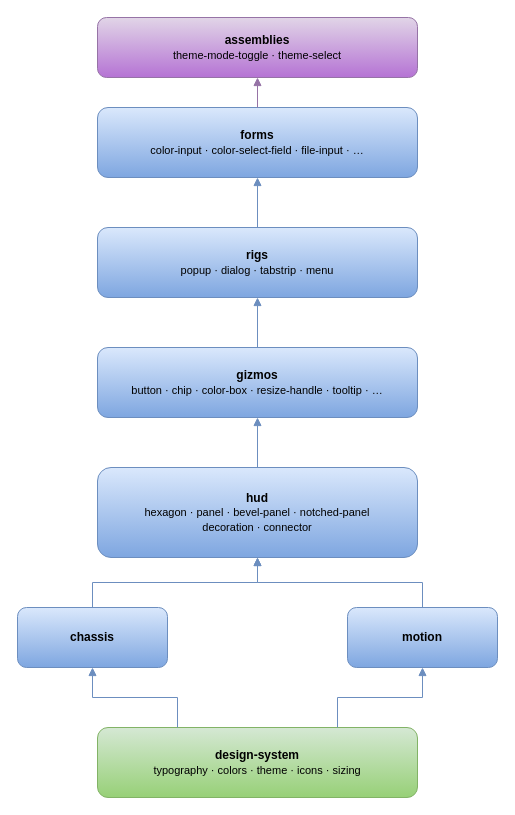
Earlier version of the draw.io diagram docs/assets/ui-architecture.drawio (the-dead-planet/nav-gauge). Source tidied: cells renumbered, new cells numbered last; positions are measured from the earlier drawing's top-left corner, leaving out a move shared by most shapes. Both pictures are drawn from the tidied source at 100%, with x=0, y=0 at pixel (17, 17).
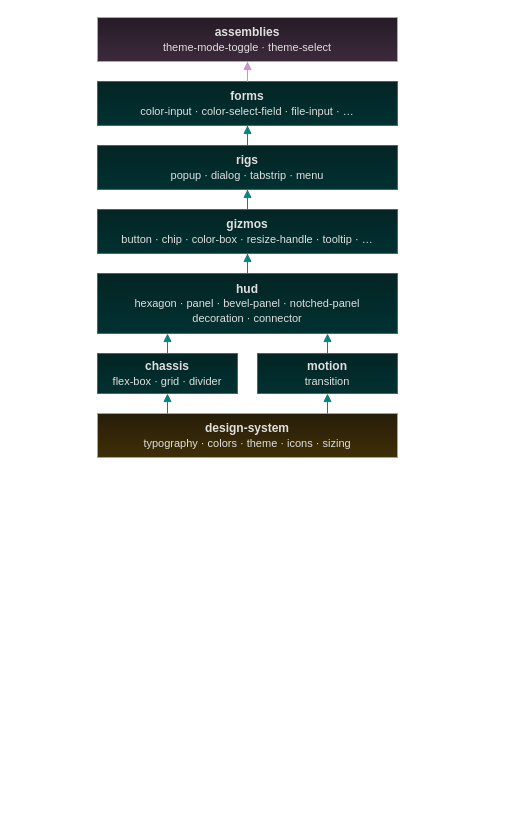
The same page after the edit.

Change to the diagram source:
```diff
@@
 <mxGraphModel>
   <root>
     <mxCell id="0" />
     <mxCell id="1" parent="0" />
-    <mxCell id="2" value="&lt;b&gt;assemblies&lt;/b&gt;&lt;br&gt;&lt;font style=&quot;font-size: 11px;&quot;&gt;theme-mode-toggle · theme-select&lt;/font&gt;" style="rounded=1;whiteSpace=wrap;html=1;fillColor=#e1d5e7;strokeColor=#9673a6;gradientColor=#b573d4;" parent="1" vertex="1">
-      <mxGeometry x="80" width="320" height="60" as="geometry" />
+    <mxCell id="2" value="&lt;b&gt;assemblies&lt;/b&gt;&lt;br&gt;&lt;font style=&quot;font-size: 11px;&quot;&gt;theme-mode-toggle · theme-select&lt;/font&gt;" style="rounded=0;whiteSpace=wrap;html=1;fillColor=#261b26;strokeColor=#cd91cd;gradientColor=#3c2a3c;fontColor=#e0e0e0;fontFamily=Space Grotesk;" parent="1" vertex="1">
+      <mxGeometry x="80" width="300" height="44" as="geometry" />
     </mxCell>
-    <mxCell id="3" value="&lt;b&gt;forms&lt;/b&gt;&lt;br&gt;&lt;font style=&quot;font-size: 11px;&quot;&gt;color-input · color-select-field · file-input · …&lt;/font&gt;" style="rounded=1;whiteSpace=wrap;html=1;fillColor=#dae8fc;strokeColor=#6c8ebf;gradientColor=#7ea6e0;" parent="1" vertex="1">
-      <mxGeometry x="80" y="90" width="320" height="70" as="geometry" />
+    <mxCell id="3" value="&lt;b&gt;forms&lt;/b&gt;&lt;br&gt;&lt;font style=&quot;font-size: 11px;&quot;&gt;color-input · color-select-field · file-input · …&lt;/font&gt;" style="rounded=0;whiteSpace=wrap;html=1;fillColor=#042424;strokeColor=#0e807f;gradientColor=#013131;fontColor=#e0e0e0;fontFamily=Space Grotesk;" parent="1" vertex="1">
+      <mxGeometry x="80" y="64" width="300" height="44" as="geometry" />
     </mxCell>
-    <mxCell id="4" value="&lt;b&gt;rigs&lt;/b&gt;&lt;br&gt;&lt;font style=&quot;font-size: 11px;&quot;&gt;popup · dialog · tabstrip · menu&lt;/font&gt;" style="rounded=1;whiteSpace=wrap;html=1;fillColor=#dae8fc;strokeColor=#6c8ebf;gradientColor=#7ea6e0;" parent="1" vertex="1">
-      <mxGeometry x="80" y="210" width="320" height="70" as="geometry" />
+    <mxCell id="4" value="&lt;b&gt;rigs&lt;/b&gt;&lt;br&gt;&lt;font style=&quot;font-size: 11px;&quot;&gt;popup · dialog · tabstrip · menu&lt;/font&gt;" style="rounded=0;whiteSpace=wrap;html=1;fillColor=#042424;strokeColor=#0e807f;gradientColor=#013131;fontColor=#e0e0e0;fontFamily=Space Grotesk;" parent="1" vertex="1">
+      <mxGeometry x="80" y="128" width="300" height="44" as="geometry" />
     </mxCell>
-    <mxCell id="5" value="&lt;b&gt;gizmos&lt;/b&gt;&lt;br&gt;&lt;font style=&quot;font-size: 11px;&quot;&gt;button · chip · color-box · resize-handle · tooltip · …&lt;/font&gt;" style="rounded=1;whiteSpace=wrap;html=1;fillColor=#dae8fc;strokeColor=#6c8ebf;gradientColor=#7ea6e0;" parent="1" vertex="1">
-      <mxGeometry x="80" y="330" width="320" height="70" as="geometry" />
+    <mxCell id="5" value="&lt;b&gt;gizmos&lt;/b&gt;&lt;br&gt;&lt;font style=&quot;font-size: 11px;&quot;&gt;button · chip · color-box · resize-handle · tooltip · …&lt;/font&gt;" style="rounded=0;whiteSpace=wrap;html=1;fillColor=#042424;strokeColor=#0e807f;gradientColor=#013131;fontColor=#e0e0e0;fontFamily=Space Grotesk;" parent="1" vertex="1">
+      <mxGeometry x="80" y="192" width="300" height="44" as="geometry" />
     </mxCell>
-    <mxCell id="6" value="&lt;b&gt;hud&lt;/b&gt;&lt;br&gt;&lt;font style=&quot;font-size: 11px;&quot;&gt;hexagon · panel · bevel-panel · notched-panel&lt;br&gt;decoration · connector&lt;/font&gt;" style="rounded=1;whiteSpace=wrap;html=1;fillColor=#dae8fc;strokeColor=#6c8ebf;gradientColor=#7ea6e0;" parent="1" vertex="1">
-      <mxGeometry x="80" y="450" width="320" height="90" as="geometry" />
+    <mxCell id="6" value="&lt;b&gt;hud&lt;/b&gt;&lt;br&gt;&lt;font style=&quot;font-size: 11px;&quot;&gt;hexagon · panel · bevel-panel · notched-panel&lt;br&gt;decoration · connector&lt;/font&gt;" style="rounded=0;whiteSpace=wrap;html=1;fillColor=#042424;strokeColor=#0e807f;gradientColor=#013131;fontColor=#e0e0e0;fontFamily=Space Grotesk;" parent="1" vertex="1">
+      <mxGeometry x="80" y="256" width="300" height="60" as="geometry" />
     </mxCell>
-    <mxCell id="7" value="&lt;b&gt;chassis&lt;/b&gt;" style="rounded=1;whiteSpace=wrap;html=1;fillColor=#dae8fc;strokeColor=#6c8ebf;gradientColor=#7ea6e0;" parent="1" vertex="1">
-      <mxGeometry y="590" width="150" height="60" as="geometry" />
+    <mxCell id="7" value="&lt;b&gt;chassis&lt;/b&gt;&lt;br&gt;&lt;font style=&quot;font-size: 11px;&quot;&gt;flex-box · grid · divider&lt;/font&gt;" style="rounded=0;whiteSpace=wrap;html=1;fillColor=#042424;strokeColor=#0e807f;gradientColor=#013131;fontColor=#e0e0e0;fontFamily=Space Grotesk;" parent="1" vertex="1">
+      <mxGeometry x="80" y="336" width="140" height="40" as="geometry" />
     </mxCell>
-    <mxCell id="8" value="&lt;b&gt;motion&lt;/b&gt;" style="rounded=1;whiteSpace=wrap;html=1;fillColor=#dae8fc;strokeColor=#6c8ebf;gradientColor=#7ea6e0;" parent="1" vertex="1">
-      <mxGeometry x="330" y="590" width="150" height="60" as="geometry" />
+    <mxCell id="8" value="&lt;b&gt;motion&lt;/b&gt;&lt;br&gt;&lt;font style=&quot;font-size: 11px;&quot;&gt;transition&lt;/font&gt;" style="rounded=0;whiteSpace=wrap;html=1;fillColor=#042424;strokeColor=#0e807f;gradientColor=#013131;fontColor=#e0e0e0;fontFamily=Space Grotesk;" parent="1" vertex="1">
+      <mxGeometry x="240" y="336" width="140" height="40" as="geometry" />
     </mxCell>
-    <mxCell id="9" value="&lt;b&gt;design-system&lt;/b&gt;&lt;br&gt;&lt;font style=&quot;font-size: 11px;&quot;&gt;typography · colors · theme · icons · sizing&lt;/font&gt;" style="rounded=1;whiteSpace=wrap;html=1;fillColor=#d5e8d4;strokeColor=#82b366;gradientColor=#97d077;" parent="1" vertex="1">
-      <mxGeometry x="80" y="710" width="320" height="70" as="geometry" />
+    <mxCell id="9" value="&lt;b&gt;design-system&lt;/b&gt;&lt;br&gt;&lt;font style=&quot;font-size: 11px;&quot;&gt;typography · colors · theme · icons · sizing&lt;/font&gt;" style="rounded=0;whiteSpace=wrap;html=1;fillColor=#271d09;strokeColor=#dca600;gradientColor=#3f2f07;fontColor=#e0e0e0;fontFamily=Space Grotesk;" parent="1" vertex="1">
+      <mxGeometry x="80" y="396" width="300" height="44" as="geometry" />
     </mxCell>
-    <mxCell id="10" style="edgeStyle=orthogonalEdgeStyle;rounded=0;jettySize=auto;html=1;endArrow=block;strokeColor=#6c8ebf;" parent="1" edge="1" source="9">
+    <mxCell id="10" style="edgeStyle=orthogonalEdgeStyle;rounded=0;jettySize=auto;html=1;endArrow=block;strokeColor=#0e807f;" parent="1" edge="1" source="9">
       <mxGeometry relative="1" as="geometry" />
     </mxCell>
-    <mxCell id="11" style="edgeStyle=orthogonalEdgeStyle;rounded=0;jettySize=auto;html=1;endArrow=block;strokeColor=#6c8ebf;exitX=0.75;exitY=0;exitDx=0;exitDy=0;" parent="1" edge="1" source="9" target="8">
+    <mxCell id="11" style="edgeStyle=none;rounded=0;html=1;endArrow=block;strokeColor=#0e807f;exitX=0.7666666666666667;exitY=0;exitDx=0;exitDy=0;entryX=0.5;entryY=1;entryDx=0;entryDy=0;" parent="1" edge="1" source="9" target="8">
       <mxGeometry x="-0.54" relative="1" as="geometry" />
     </mxCell>
-    <mxCell id="12" style="edgeStyle=orthogonalEdgeStyle;rounded=0;jettySize=auto;html=1;endArrow=block;strokeColor=#6c8ebf;exitX=0.25;exitY=0;exitDx=0;exitDy=0;entryX=0.5;entryY=1;entryDx=0;entryDy=0;" parent="1" edge="1" source="9" target="7">
+    <mxCell id="12" style="edgeStyle=none;rounded=0;html=1;endArrow=block;strokeColor=#0e807f;exitX=0.2333333333333333;exitY=0;exitDx=0;exitDy=0;entryX=0.5;entryY=1;entryDx=0;entryDy=0;" parent="1" edge="1" source="9" target="7">
       <mxGeometry relative="1" as="geometry" />
     </mxCell>
-    <mxCell id="13" style="edgeStyle=orthogonalEdgeStyle;rounded=0;jettySize=auto;html=1;endArrow=block;strokeColor=#6c8ebf;" parent="1" edge="1" source="7" target="6">
+    <mxCell id="13" style="edgeStyle=none;rounded=0;html=1;endArrow=block;strokeColor=#0e807f;exitX=0.5;exitY=0;exitDx=0;exitDy=0;entryX=0.2333333333333333;entryY=1;entryDx=0;entryDy=0;" parent="1" edge="1" source="7" target="6">
       <mxGeometry relative="1" as="geometry" />
     </mxCell>
-    <mxCell id="14" style="edgeStyle=orthogonalEdgeStyle;rounded=0;jettySize=auto;html=1;endArrow=block;strokeColor=#6c8ebf;" parent="1" edge="1" source="8" target="6">
+    <mxCell id="14" style="edgeStyle=none;rounded=0;html=1;endArrow=block;strokeColor=#0e807f;exitX=0.5;exitY=0;exitDx=0;exitDy=0;entryX=0.7666666666666667;entryY=1;entryDx=0;entryDy=0;" parent="1" edge="1" source="8" target="6">
       <mxGeometry relative="1" as="geometry" />
     </mxCell>
-    <mxCell id="15" style="edgeStyle=orthogonalEdgeStyle;rounded=0;jettySize=auto;html=1;endArrow=block;strokeColor=#6c8ebf;" parent="1" edge="1" source="6" target="5">
+    <mxCell id="15" style="edgeStyle=orthogonalEdgeStyle;rounded=0;jettySize=auto;html=1;endArrow=block;strokeColor=#0e807f;" parent="1" edge="1" source="6" target="5">
       <mxGeometry relative="1" as="geometry" />
     </mxCell>
-    <mxCell id="16" style="edgeStyle=orthogonalEdgeStyle;rounded=0;jettySize=auto;html=1;endArrow=block;strokeColor=#6c8ebf;" parent="1" edge="1" source="5" target="4">
+    <mxCell id="16" style="edgeStyle=orthogonalEdgeStyle;rounded=0;jettySize=auto;html=1;endArrow=block;strokeColor=#0e807f;" parent="1" edge="1" source="5" target="4">
       <mxGeometry relative="1" as="geometry" />
     </mxCell>
-    <mxCell id="17" style="edgeStyle=orthogonalEdgeStyle;rounded=0;jettySize=auto;html=1;endArrow=block;strokeColor=#6c8ebf;" parent="1" edge="1" source="4" target="3">
+    <mxCell id="17" style="edgeStyle=orthogonalEdgeStyle;rounded=0;jettySize=auto;html=1;endArrow=block;strokeColor=#0e807f;" parent="1" edge="1" source="4" target="3">
       <mxGeometry relative="1" as="geometry" />
     </mxCell>
-    <mxCell id="18" style="edgeStyle=orthogonalEdgeStyle;rounded=0;jettySize=auto;html=1;endArrow=block;strokeColor=#9673a6;" parent="1" edge="1" source="3" target="2">
+    <mxCell id="18" style="edgeStyle=orthogonalEdgeStyle;rounded=0;jettySize=auto;html=1;endArrow=block;strokeColor=#cd91cd;" parent="1" edge="1" source="3" target="2">
       <mxGeometry relative="1" as="geometry" />
     </mxCell>
   </root>
 </mxGraphModel>
```
